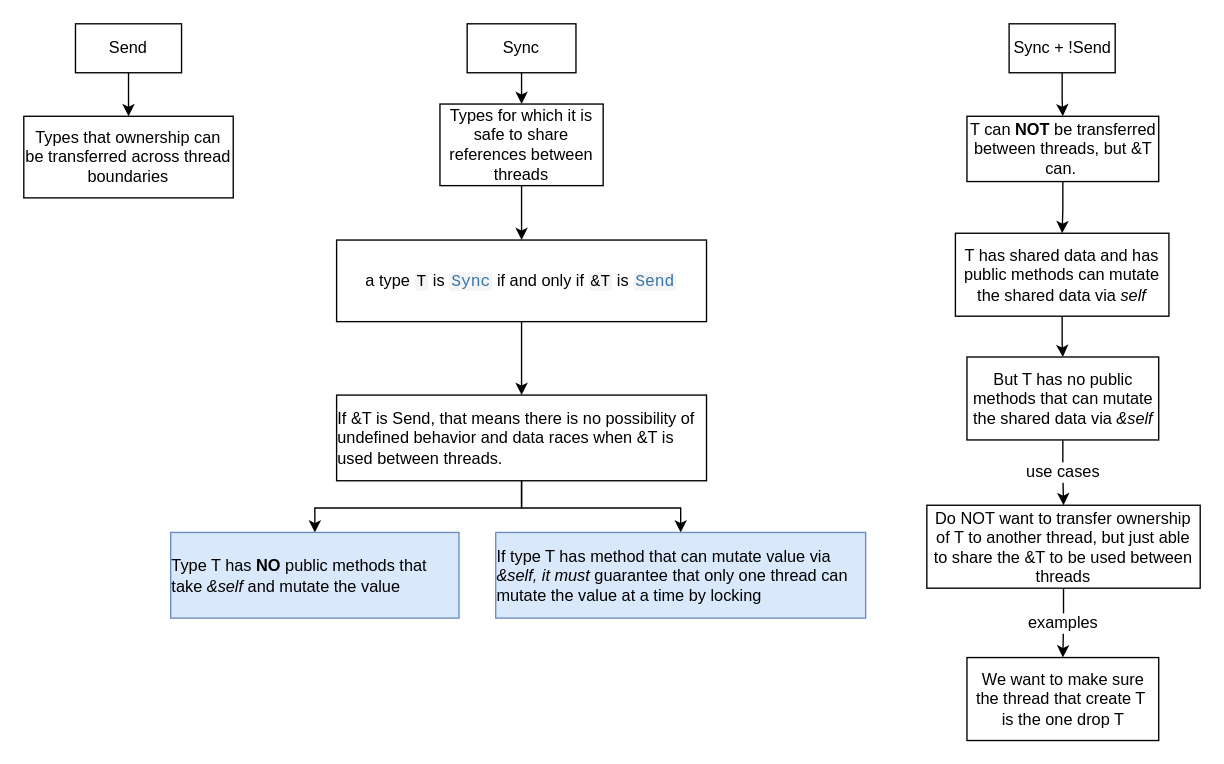
The draw.io diagram page "Send & Sync" (2 of 2) of Rustonomicon.drawio in gftea/rust_lang_notes, before the edit. Source tidied: cells renumbered, new cells numbered last; positions are measured from the earlier drawing's top-left corner, leaving out a move shared by most shapes. Both pictures are drawn from the tidied source at 136%, with x=0, y=0 at pixel (23, 23).
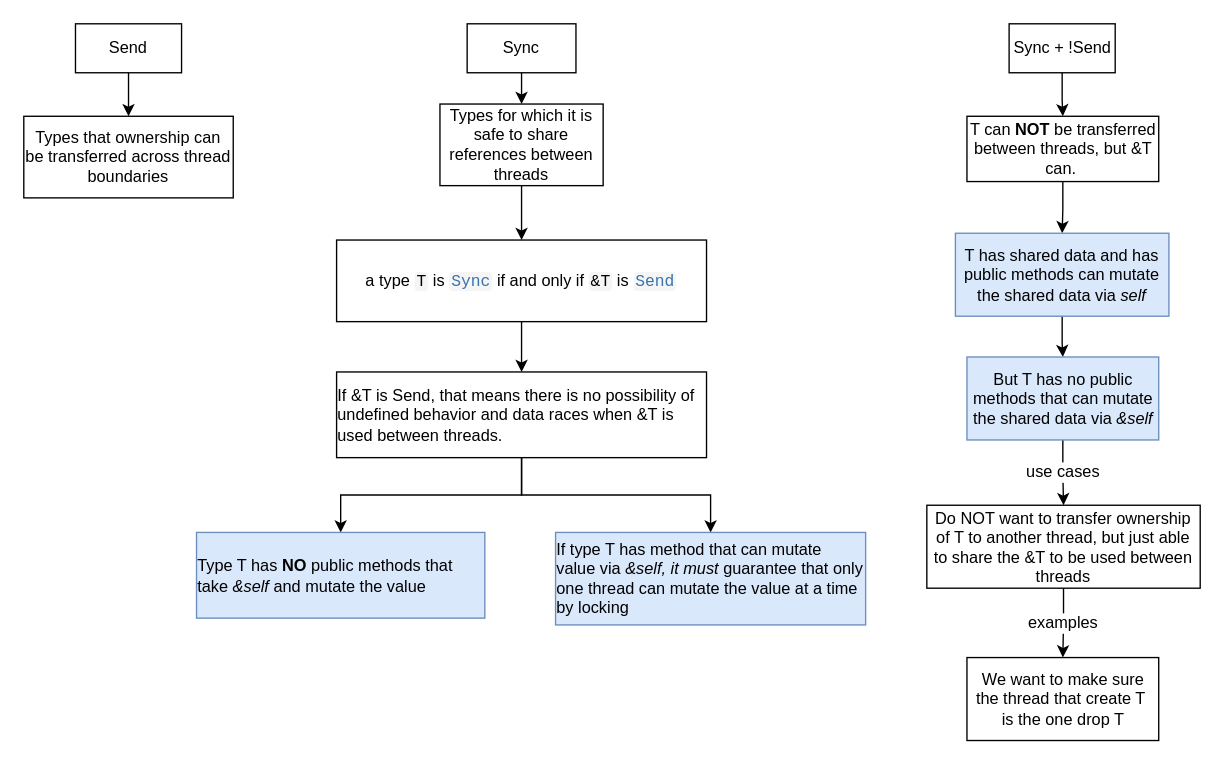
Above is the later version.

Diff of the diagram source:
```diff
@@
     <mxCell id="13" value="&lt;div style=&quot;text-align: start;&quot;&gt;If &amp;amp;T is Send, that means there is no possibility of undefined behavior and data races when &amp;amp;T is used between threads.&amp;nbsp;&lt;/div&gt;" style="rounded=0;whiteSpace=wrap;html=1;" parent="1" vertex="1">
-      <mxGeometry x="230" y="273" width="272" height="63" as="geometry" />
+      <mxGeometry x="230" y="256" width="272" height="63" as="geometry" />
     </mxCell>
     <mxCell id="14" value="&lt;div style=&quot;text-align: start;&quot;&gt;Type T has &lt;b style=&quot;&quot;&gt;NO&amp;nbsp;&lt;/b&gt;public methods that take &lt;i style=&quot;&quot;&gt;&amp;amp;self &lt;/i&gt;and mutate the value&amp;nbsp;&amp;nbsp;&lt;br&gt;&lt;/div&gt;" style="rounded=0;whiteSpace=wrap;html=1;fillColor=#dae8fc;strokeColor=#6c8ebf;" parent="1" vertex="1">
-      <mxGeometry x="108" y="374" width="212" height="63" as="geometry" />
+      <mxGeometry x="127" y="374" width="212" height="63" as="geometry" />
     </mxCell>
     <mxCell id="15" value="&lt;div style=&quot;text-align: start;&quot;&gt;If type T has method that can mutate value via &lt;i style=&quot;&quot;&gt;&amp;amp;self, it must&lt;/i&gt; guarantee that only one thread can mutate the value at a time by locking&lt;/div&gt;" style="rounded=0;whiteSpace=wrap;html=1;fillColor=#dae8fc;strokeColor=#6c8ebf;" parent="1" vertex="1">
-      <mxGeometry x="347" y="374" width="272" height="63" as="geometry" />
+      <mxGeometry x="391" y="374" width="228" height="68" as="geometry" />
     </mxCell>
@@
-    <mxCell id="21" value="T has shared data and has public methods can mutate the shared data via &lt;i&gt;self&lt;/i&gt;" style="rounded=0;whiteSpace=wrap;html=1;" parent="1" vertex="1">
+    <mxCell id="21" value="T has shared data and has public methods can mutate the shared data via &lt;i&gt;self&lt;/i&gt;" style="rounded=0;whiteSpace=wrap;html=1;fillColor=#dae8fc;strokeColor=#6c8ebf;" parent="1" vertex="1">
       <mxGeometry x="685" y="154" width="157" height="61" as="geometry" />
     </mxCell>
@@
-    <mxCell id="23" value="But T has no public methods that can mutate the shared data via &lt;i&gt;&amp;amp;self&lt;/i&gt;" style="rounded=0;whiteSpace=wrap;html=1;" parent="1" vertex="1">
+    <mxCell id="23" value="But T has no public methods that can mutate the shared data via &lt;i&gt;&amp;amp;self&lt;/i&gt;" style="rounded=0;whiteSpace=wrap;html=1;fillColor=#dae8fc;strokeColor=#6c8ebf;" parent="1" vertex="1">
       <mxGeometry x="693.5" y="245" width="141" height="61" as="geometry" />
     </mxCell>
```
